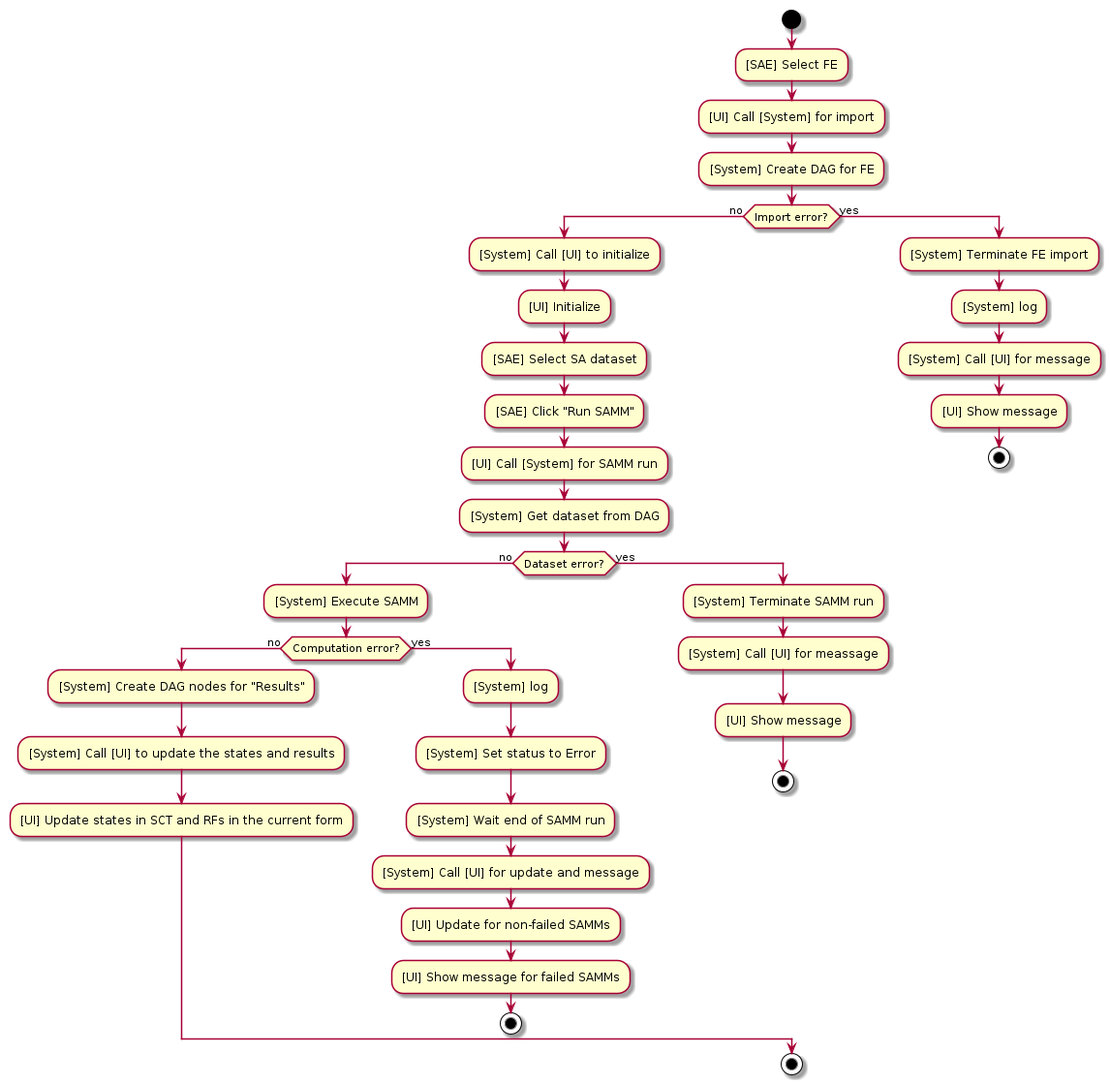
BarisAlbayrakIEEE/StructuralAnalysis keeps this PlantUML diagram as uml/UC_01.png. Above is the earlier version.
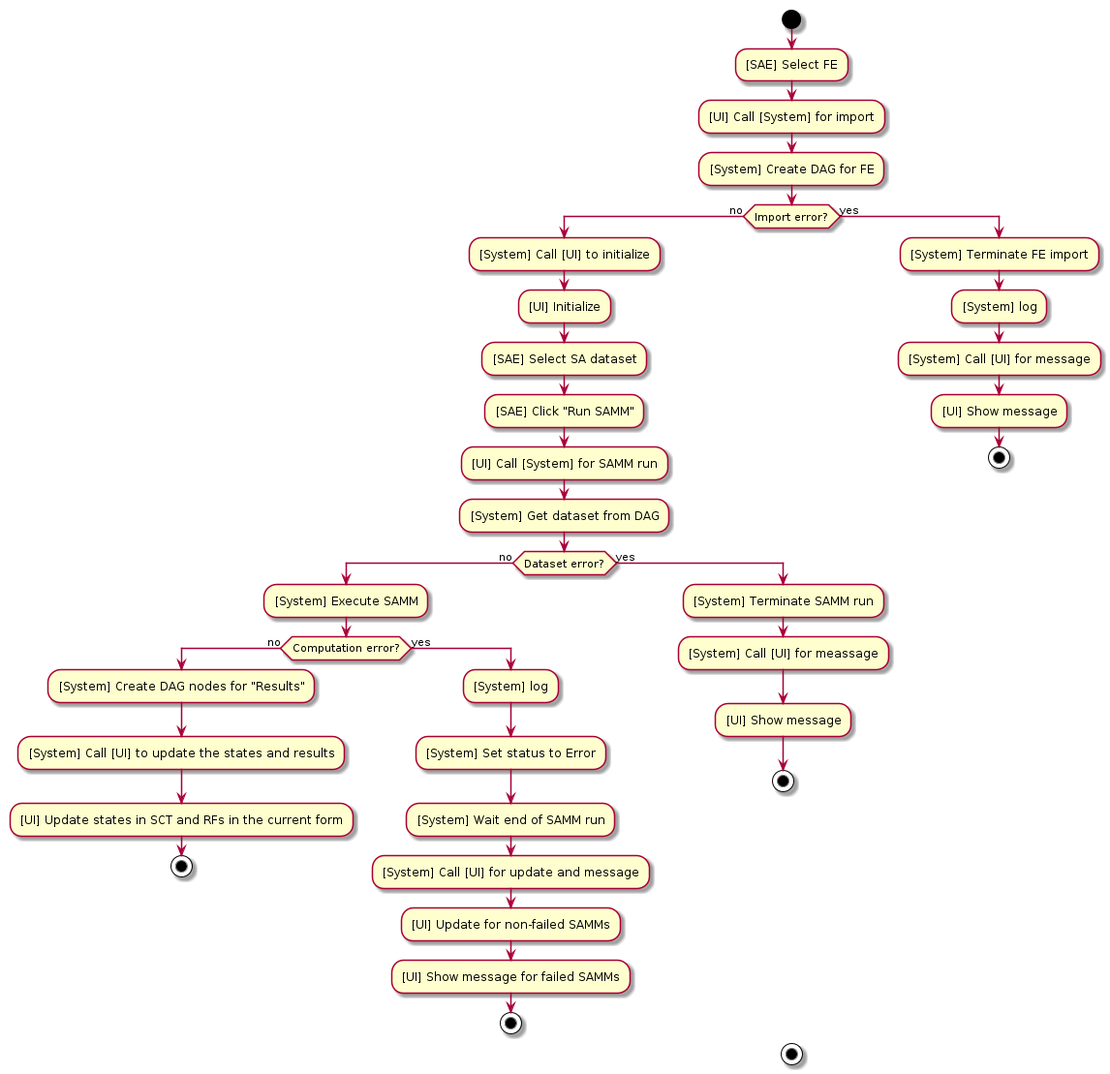
After the change.

Change to the diagram source:
```diff
@@ -20,6 +20,7 @@
       :[System] Create DAG nodes for "Results";
       :[System] Call [UI] to update the states and results;
       :[UI] Update states in SCT and RFs in the current form;
+      stop
     else (yes)
       :[System] log;
       :[System] Set status to Error;
```
